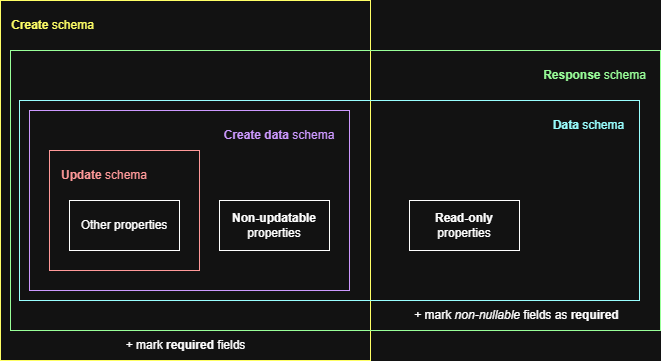
Earlier version of the draw.io export docs/diagrams/openapi-schemas.drawio.png (elhub/flex-information-system). Source tidied: cells renumbered, new cells last; positions are measured from the earlier drawing's top-left corner, leaving out a move shared by most shapes. Its diagram source:
```xml
<mxGraphModel background="#ffffff">
  <root>
    <mxCell id="0" />
    <mxCell id="1" parent="0" />
    <mxCell id="2" style="rounded=0;whiteSpace=wrap;html=1;strokeColor=light-dark(#000000,#FFFF66);" parent="1" vertex="1">
      <mxGeometry width="370" height="360" as="geometry" />
    </mxCell>
    <mxCell id="3" style="rounded=0;whiteSpace=wrap;html=1;strokeWidth=1;strokeColor=light-dark(#000000,#99FFFF);fillColor=none;gradientColor=none;" parent="1" vertex="1">
      <mxGeometry x="19" y="100" width="620" height="200" as="geometry" />
    </mxCell>
    <mxCell id="4" style="rounded=0;whiteSpace=wrap;html=1;strokeWidth=1;strokeColor=light-dark(#000000,#CC99FF);" parent="1" vertex="1">
      <mxGeometry x="29" y="110" width="320" height="180" as="geometry" />
    </mxCell>
    <mxCell id="5" style="rounded=0;whiteSpace=wrap;html=1;strokeColor=light-dark(#000000,#FF9999);" parent="1" vertex="1">
      <mxGeometry x="49" y="150" width="150" height="120" as="geometry" />
    </mxCell>
    <mxCell id="6" value="&lt;b&gt;Non-updatable&lt;/b&gt;&lt;div&gt;properties&lt;/div&gt;" style="rounded=0;whiteSpace=wrap;html=1;" parent="1" vertex="1">
      <mxGeometry x="219" y="200" width="110" height="50" as="geometry" />
    </mxCell>
    <mxCell id="7" value="&lt;b&gt;Update&lt;/b&gt; schema" style="text;html=1;align=center;verticalAlign=middle;whiteSpace=wrap;rounded=0;fontColor=light-dark(#000000,#FF9999);" parent="1" vertex="1">
      <mxGeometry x="59" y="160" width="90" height="30" as="geometry" />
    </mxCell>
    <mxCell id="8" value="&lt;b&gt;Read-only&lt;/b&gt;&lt;div&gt;properties&lt;/div&gt;" style="rounded=0;whiteSpace=wrap;html=1;" parent="1" vertex="1">
      <mxGeometry x="409" y="200" width="110" height="50" as="geometry" />
    </mxCell>
    <mxCell id="9" value="Other properties" style="rounded=0;whiteSpace=wrap;html=1;" parent="1" vertex="1">
      <mxGeometry x="69" y="200" width="110" height="50" as="geometry" />
    </mxCell>
    <mxCell id="10" value="&lt;b&gt;Create&lt;/b&gt; schema" style="text;html=1;align=center;verticalAlign=middle;whiteSpace=wrap;rounded=0;fontColor=light-dark(#000000,#FFFF66);" parent="1" vertex="1">
      <mxGeometry x="10" y="10" width="85" height="30" as="geometry" />
    </mxCell>
    <mxCell id="11" value="+ mark &lt;b&gt;required&lt;/b&gt; fields" style="text;html=1;align=center;verticalAlign=middle;whiteSpace=wrap;rounded=0;" parent="1" vertex="1">
      <mxGeometry x="62.5" y="330" width="245" height="30" as="geometry" />
    </mxCell>
    <mxCell id="12" value="&lt;b&gt;Create data&lt;/b&gt;&amp;nbsp;schema" style="text;html=1;align=center;verticalAlign=middle;whiteSpace=wrap;rounded=0;fontColor=light-dark(#000000,#CC99FF);" parent="1" vertex="1">
      <mxGeometry x="219" y="120" width="120" height="30" as="geometry" />
    </mxCell>
    <mxCell id="13" value="&lt;b&gt;Data&lt;/b&gt;&amp;nbsp;schema" style="text;html=1;align=center;verticalAlign=middle;whiteSpace=wrap;rounded=0;fontColor=light-dark(#000000,#99FFFF);" parent="1" vertex="1">
      <mxGeometry x="549" y="110" width="79" height="30" as="geometry" />
    </mxCell>
    <mxCell id="14" value="+ mark &lt;i&gt;non-nullable&lt;/i&gt; fields as&amp;nbsp;&lt;b&gt;required&lt;/b&gt;" style="text;html=1;align=center;verticalAlign=middle;whiteSpace=wrap;rounded=0;" parent="1" vertex="1">
      <mxGeometry x="394" y="300" width="245" height="30" as="geometry" />
    </mxCell>
    <mxCell id="15" value="&lt;b&gt;Response&lt;/b&gt;&amp;nbsp;schema" style="text;html=1;align=center;verticalAlign=middle;whiteSpace=wrap;rounded=0;fontColor=light-dark(#000000,#99FF99);" parent="1" vertex="1">
      <mxGeometry x="540" y="60" width="109" height="30" as="geometry" />
    </mxCell>
    <mxCell id="16" style="rounded=0;whiteSpace=wrap;html=1;strokeWidth=1;strokeColor=light-dark(#000000,#99FF99);fillColor=none;gradientColor=none;" parent="1" vertex="1">
      <mxGeometry x="10" y="50" width="650" height="280" as="geometry" />
    </mxCell>
  </root>
</mxGraphModel>
```
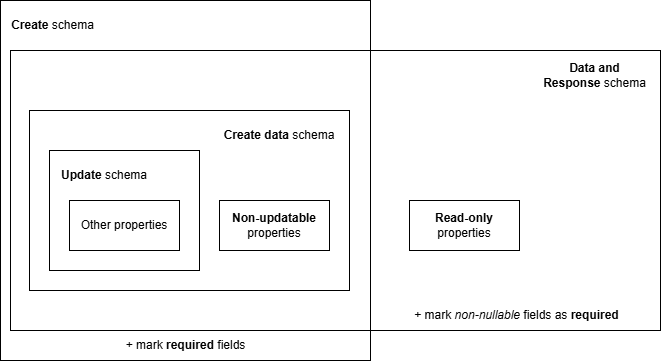
Later version of the same file.

Commit message:
docs: update docs to new openapi structure (FLEX-932)

What changed in the source:
```diff
@@ -5,9 +5,6 @@
     <mxCell id="2" style="rounded=0;whiteSpace=wrap;html=1;strokeColor=light-dark(#000000,#FFFF66);" parent="1" vertex="1">
       <mxGeometry width="370" height="360" as="geometry" />
     </mxCell>
-    <mxCell id="3" style="rounded=0;whiteSpace=wrap;html=1;strokeWidth=1;strokeColor=light-dark(#000000,#99FFFF);fillColor=none;gradientColor=none;" parent="1" vertex="1">
-      <mxGeometry x="19" y="100" width="620" height="200" as="geometry" />
-    </mxCell>
     <mxCell id="4" style="rounded=0;whiteSpace=wrap;html=1;strokeWidth=1;strokeColor=light-dark(#000000,#CC99FF);" parent="1" vertex="1">
       <mxGeometry x="29" y="110" width="320" height="180" as="geometry" />
     </mxCell>
@@ -35,13 +32,10 @@
     <mxCell id="12" value="&lt;b&gt;Create data&lt;/b&gt;&amp;nbsp;schema" style="text;html=1;align=center;verticalAlign=middle;whiteSpace=wrap;rounded=0;fontColor=light-dark(#000000,#CC99FF);" parent="1" vertex="1">
       <mxGeometry x="219" y="120" width="120" height="30" as="geometry" />
     </mxCell>
-    <mxCell id="13" value="&lt;b&gt;Data&lt;/b&gt;&amp;nbsp;schema" style="text;html=1;align=center;verticalAlign=middle;whiteSpace=wrap;rounded=0;fontColor=light-dark(#000000,#99FFFF);" parent="1" vertex="1">
-      <mxGeometry x="549" y="110" width="79" height="30" as="geometry" />
-    </mxCell>
     <mxCell id="14" value="+ mark &lt;i&gt;non-nullable&lt;/i&gt; fields as&amp;nbsp;&lt;b&gt;required&lt;/b&gt;" style="text;html=1;align=center;verticalAlign=middle;whiteSpace=wrap;rounded=0;" parent="1" vertex="1">
       <mxGeometry x="394" y="300" width="245" height="30" as="geometry" />
     </mxCell>
-    <mxCell id="15" value="&lt;b&gt;Response&lt;/b&gt;&amp;nbsp;schema" style="text;html=1;align=center;verticalAlign=middle;whiteSpace=wrap;rounded=0;fontColor=light-dark(#000000,#99FF99);" parent="1" vertex="1">
+    <mxCell id="15" value="&lt;b&gt;Data and Response&lt;/b&gt;&amp;nbsp;schema" style="text;html=1;align=center;verticalAlign=middle;whiteSpace=wrap;rounded=0;fontColor=light-dark(#000000,#99FF99);" parent="1" vertex="1">
       <mxGeometry x="540" y="60" width="109" height="30" as="geometry" />
     </mxCell>
     <mxCell id="16" style="rounded=0;whiteSpace=wrap;html=1;strokeWidth=1;strokeColor=light-dark(#000000,#99FF99);fillColor=none;gradientColor=none;" parent="1" vertex="1">
```
